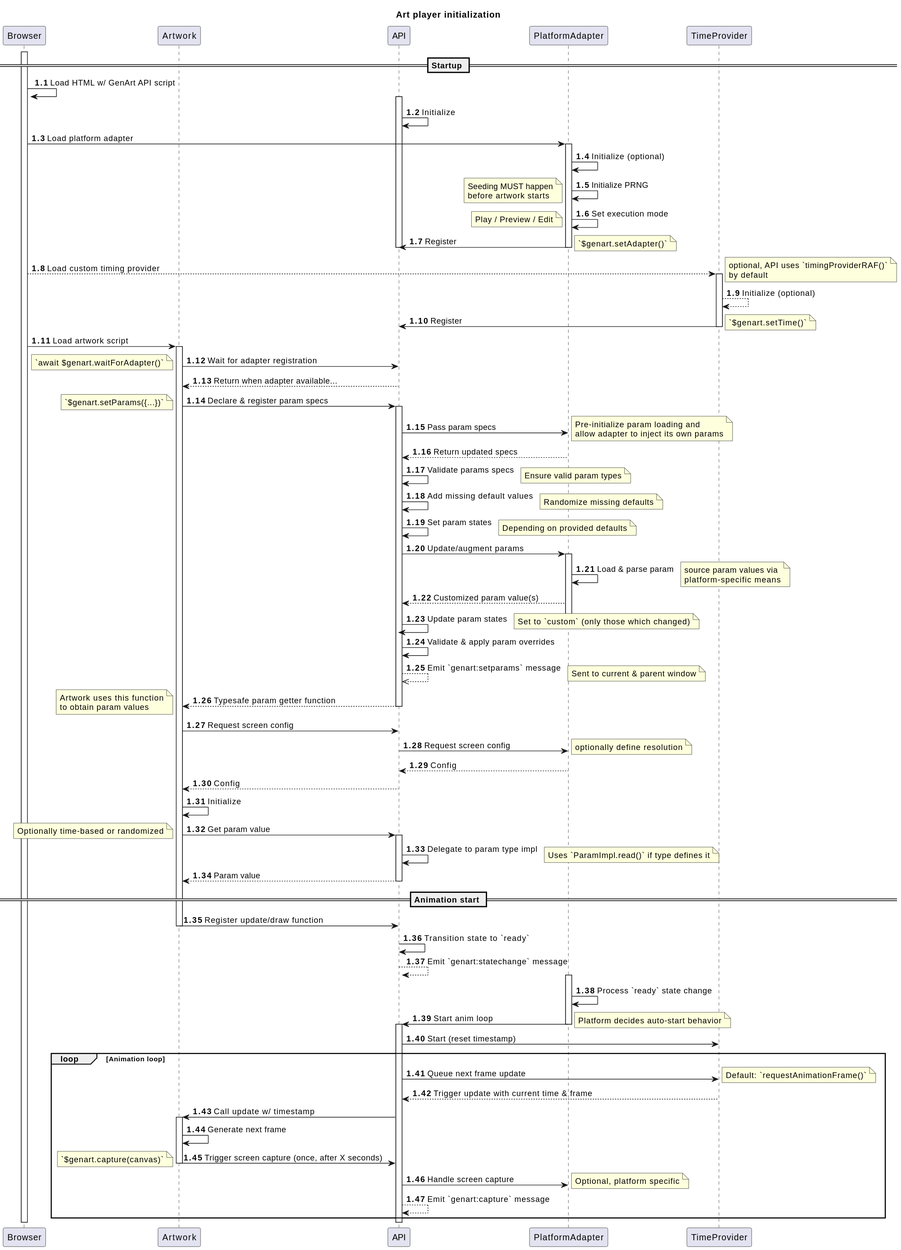
Above: diagrams/lifecycle.svg in thi-ng/genart-api (PlantUML), before the change.
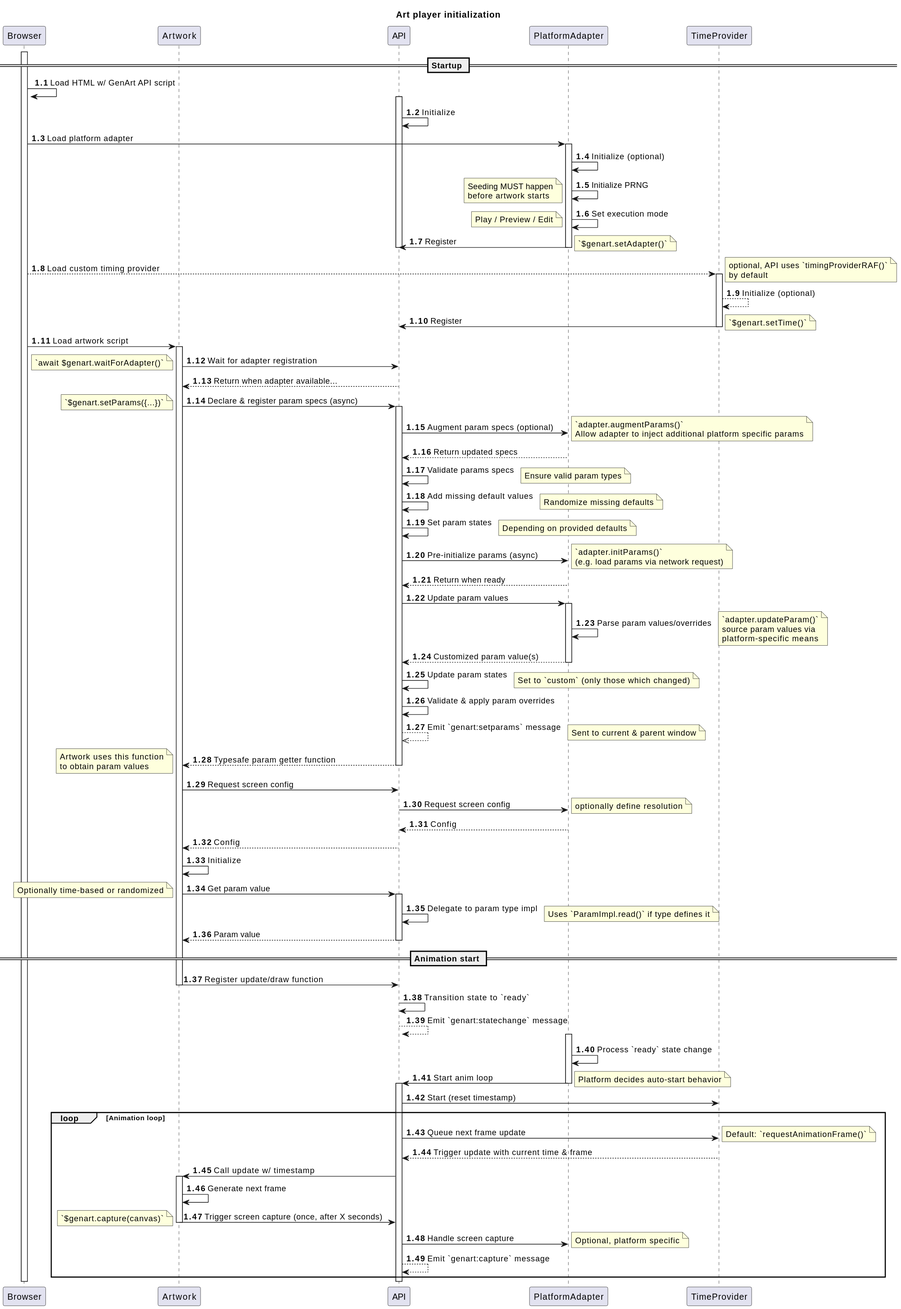
After the change.

Commit message:
docs: update lifecycle diagram

Change to the diagram source:
```diff
@@ -42,13 +42,13 @@
 		Artwork -> API : Wait for adapter registration
 		note left : `await $genart.waitForAdapter()`
 		API --> Artwork : Return when adapter available...
-		Artwork -> API : Declare & register param specs
+		Artwork -> API : Declare & register param specs (async)
 		activate API
 			note left
 				`$genart.setParams({...})`
 			end note
-			API -> PlatformAdapter : Pass param specs
-			note right : Pre-initialize param loading and\nallow adapter to inject its own params
+			API -> PlatformAdapter : Augment param specs (optional)
+			note right : `adapter.augmentParams()`\nAllow adapter to inject additional platform specific params
 			PlatformAdapter --> API : Return updated specs
 			API -> API : Validate params specs
 			note right : Ensure valid param types
@@ -56,14 +56,17 @@
 			note right : Randomize missing defaults
 			API -> API : Set param states
 			note right : Depending on provided defaults
-			API -> PlatformAdapter : Update/augment params
+			API -> PlatformAdapter : Pre-initialize params (async)
+			note right : `adapter.initParams()`\n(e.g. load params via network request)
+			PlatformAdapter --> API : Return when ready
+			API -> PlatformAdapter : Update param values
 			activate PlatformAdapter
-				PlatformAdapter -> PlatformAdapter : Load & parse param
-				note right : source param values via\nplatform-specific means
+				PlatformAdapter -> PlatformAdapter : Parse param values/overrides
+				note right : `adapter.updateParam()`\nsource param values via\nplatform-specific means
 				PlatformAdapter --> API : Customized param value(s)
-				API -> API : Update param states
-				note right : Set to `custom` (only those which changed)
 			deactivate PlatformAdapter
+			API -> API : Update param states
+			note right : Set to `custom` (only those which changed)
 
 			API -> API : Validate & apply param overrides
 			API -->> API : Emit `genart:setparams` message
```
